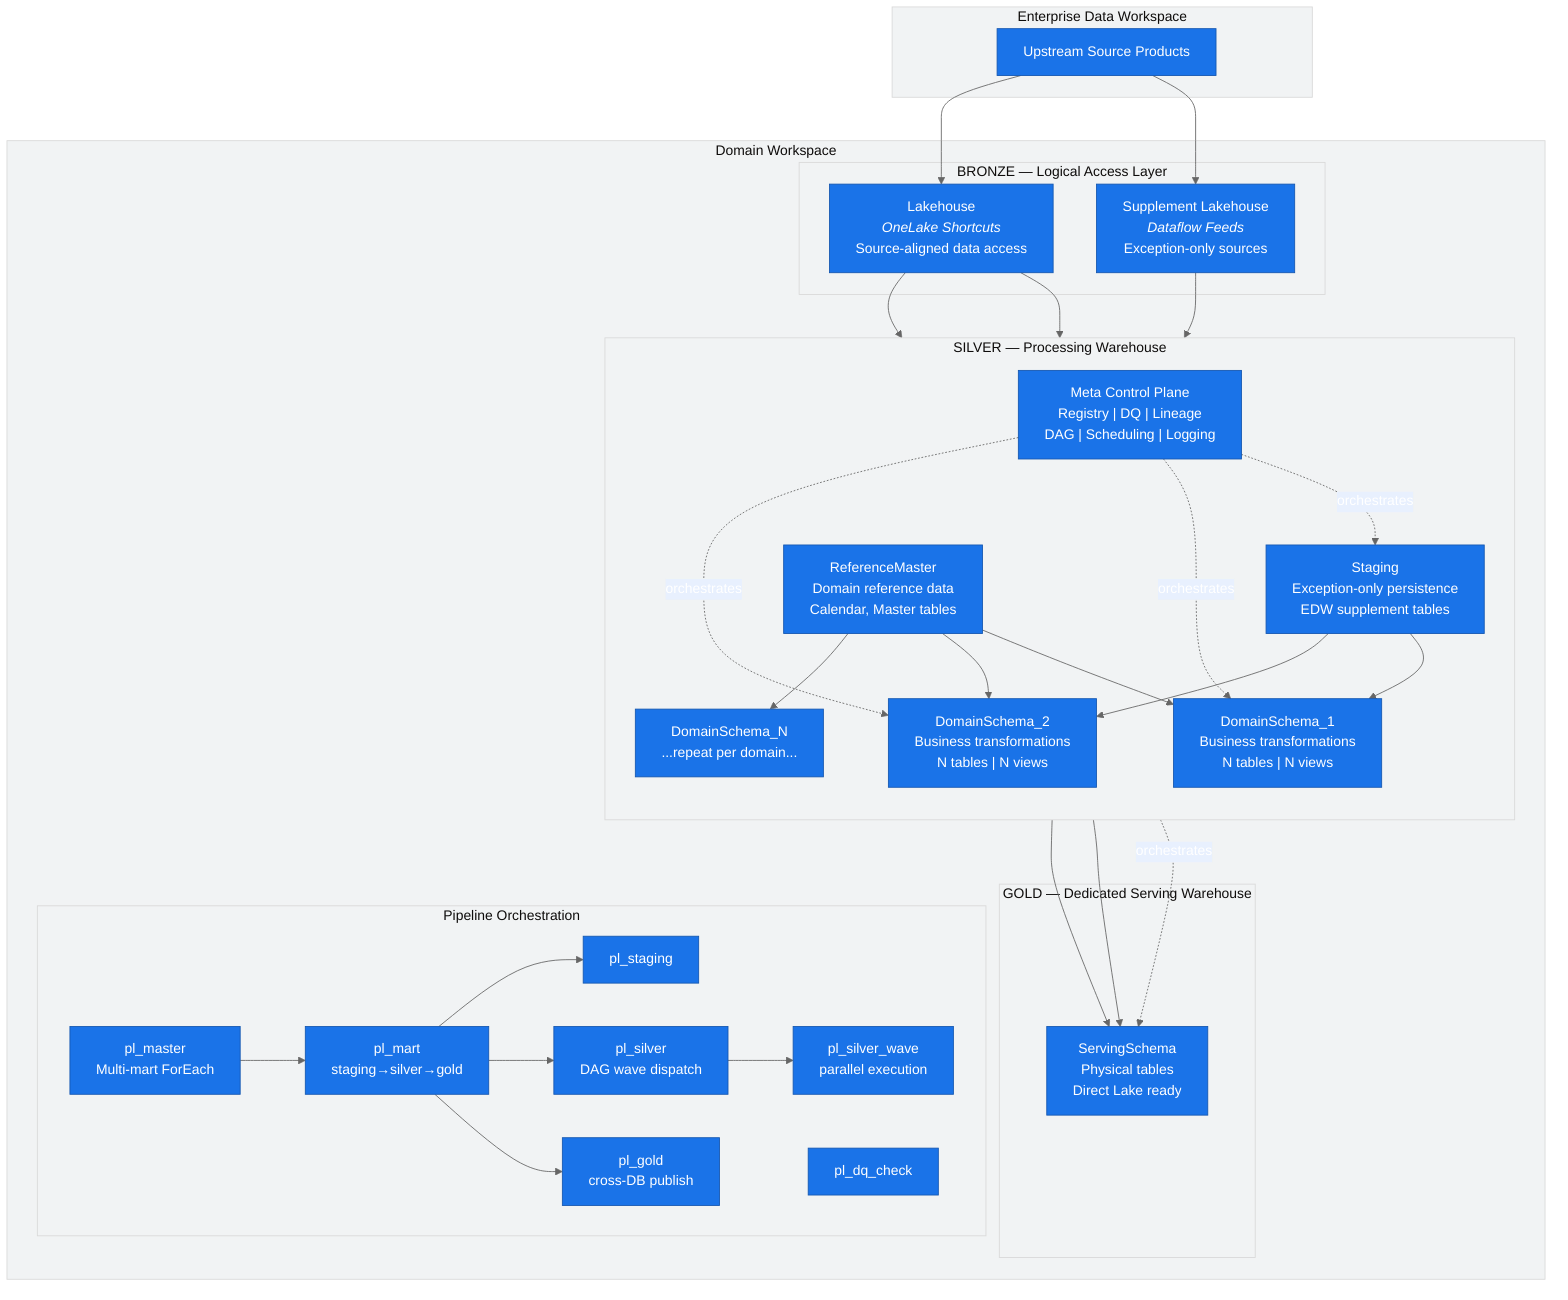
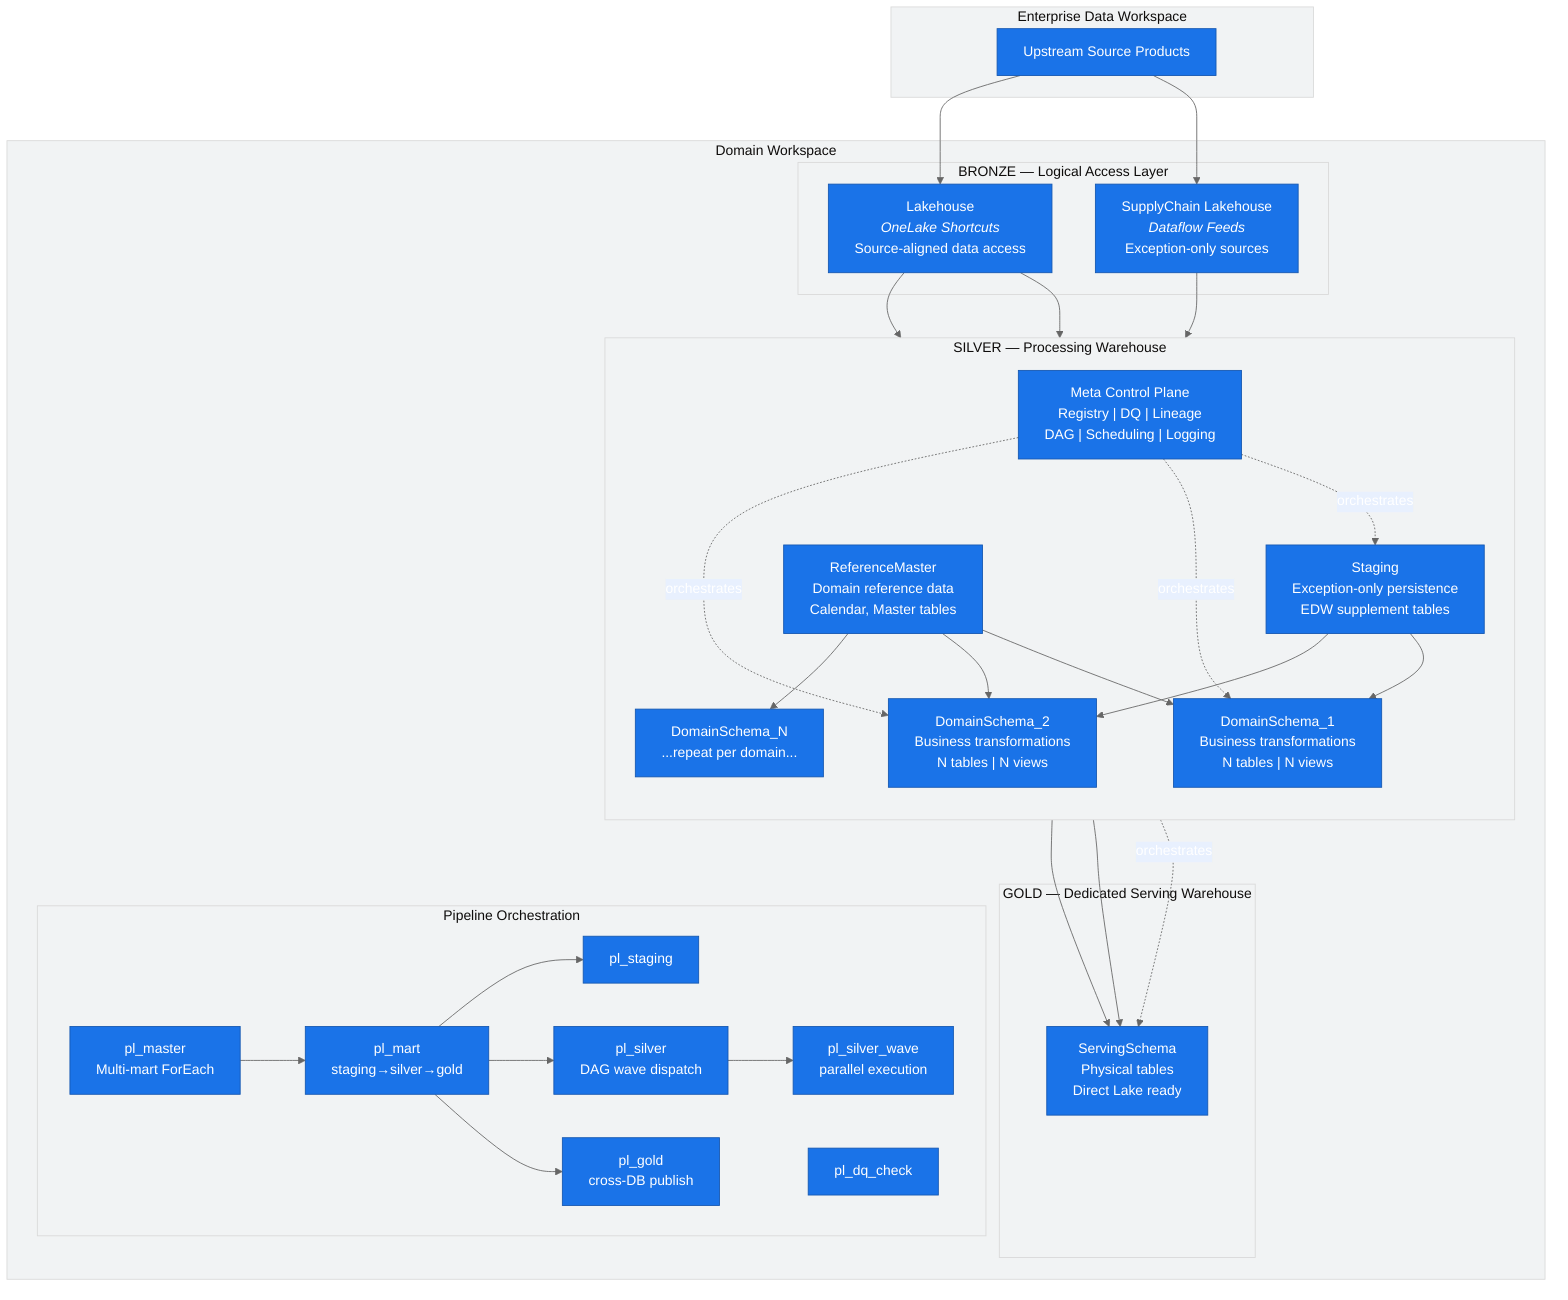
%%{init: {'theme': 'base', 'themeVariables': {'primaryColor': '#1a73e8', 'primaryTextColor': '#fff', 'primaryBorderColor': '#1557b0', 'lineColor': '#666', 'secondaryColor': '#e8f0fe', 'tertiaryColor': '#f1f3f4'}}}%%
flowchart TB
    subgraph EXT["Enterprise Data Workspace"]
        SRC["Upstream Source Products"]
    end

    subgraph WS["Domain Workspace"]
        subgraph BRONZE["BRONZE — Logical Access Layer"]
            EL["Lakehouse<br/><i>OneLake Shortcuts</i><br/>Source-aligned data access"]
-             SL["Supplement Lakehouse<br/><i>Dataflow Feeds</i><br/>Exception-only sources"]
+             SL["SupplyChain Lakehouse<br/><i>Dataflow Feeds</i><br/>Exception-only sources"]
        end

        subgraph SILVER["SILVER — Processing Warehouse"]
            direction TB
            STG["Staging<br/>Exception-only persistence<br/>EDW supplement tables"]
            REF["ReferenceMaster<br/>Domain reference data<br/>Calendar, Master tables"]
            DOM1["DomainSchema_1<br/>Business transformations<br/>N tables | N views"]
            DOM2["DomainSchema_2<br/>Business transformations<br/>N tables | N views"]
            DOMN["DomainSchema_N<br/>...repeat per domain..."]
            META["Meta Control Plane<br/>Registry | DQ | Lineage<br/>DAG | Scheduling | Logging"]
        end

        subgraph GOLD["GOLD — Dedicated Serving Warehouse"]
            FA["ServingSchema<br/>Physical tables<br/>Direct Lake ready"]
        end

        subgraph PIPE["Pipeline Orchestration"]
            PM["pl_master<br/>Multi-mart ForEach"]
            PMT["pl_mart<br/>staging→silver→gold"]
            PS["pl_staging"]
            PSV["pl_silver<br/>DAG wave dispatch"]
            PSW["pl_silver_wave<br/>parallel execution"]
            PG["pl_gold<br/>cross-DB publish"]
            PDQ["pl_dq_check"]
        end
    end

    SRC --> EL
    SRC --> SL
    EL --> STG
    SL --> STG
    EL --> REF
    STG --> DOM1
    STG --> DOM2
    REF --> DOM1
    REF --> DOM2
    REF --> DOMN
    DOM1 --> FA
    DOM2 --> FA
    META -.->|orchestrates| STG
    META -.->|orchestrates| DOM1
    META -.->|orchestrates| DOM2
    META -.->|orchestrates| FA
    PM --> PMT
    PMT --> PS
    PMT --> PSV
    PMT --> PG
    PSV --> PSW
